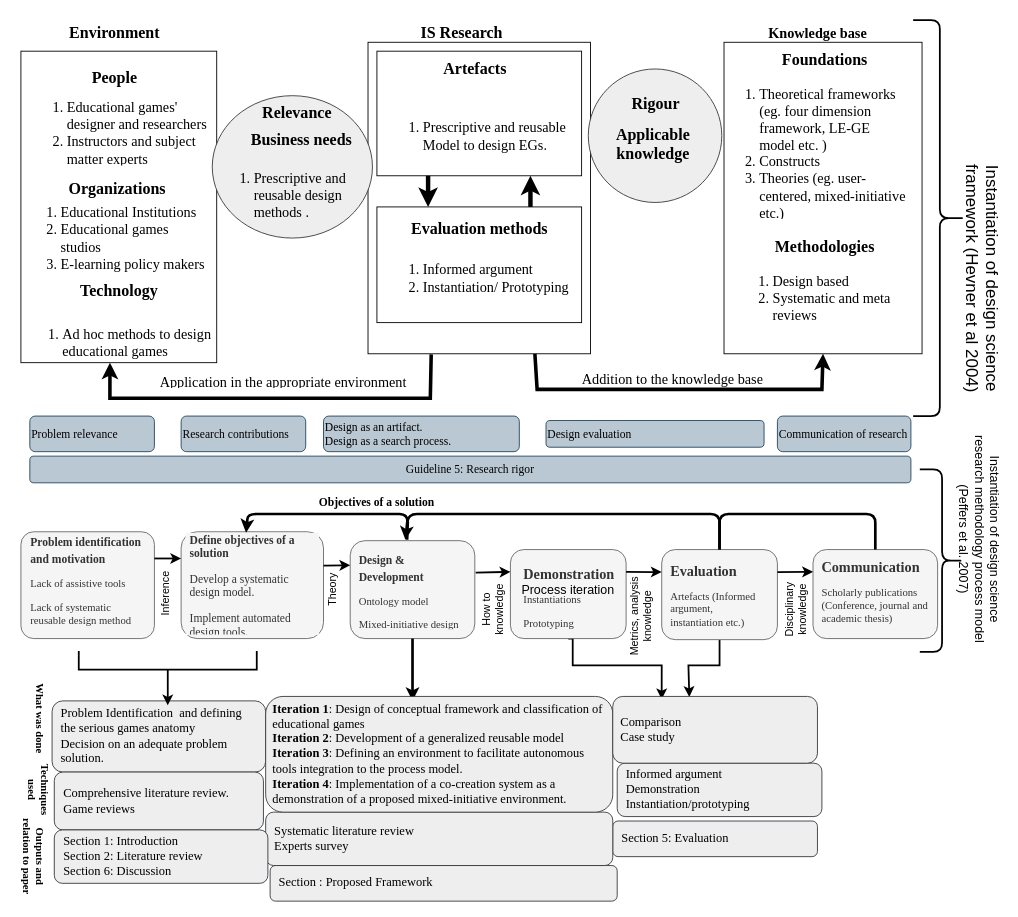
Earlier version of the draw.io diagram page "Paper_Methodology" (3 of 14) of TheModel.drawio (Kibolabs/Diagrams). Source tidied: cells renumbered, new cells numbered last; positions are measured from the earlier drawing's top-left corner, leaving out a move shared by most shapes. Both pictures are drawn from the tidied source at 89%, with x=0, y=0 at pixel (-11, 15).
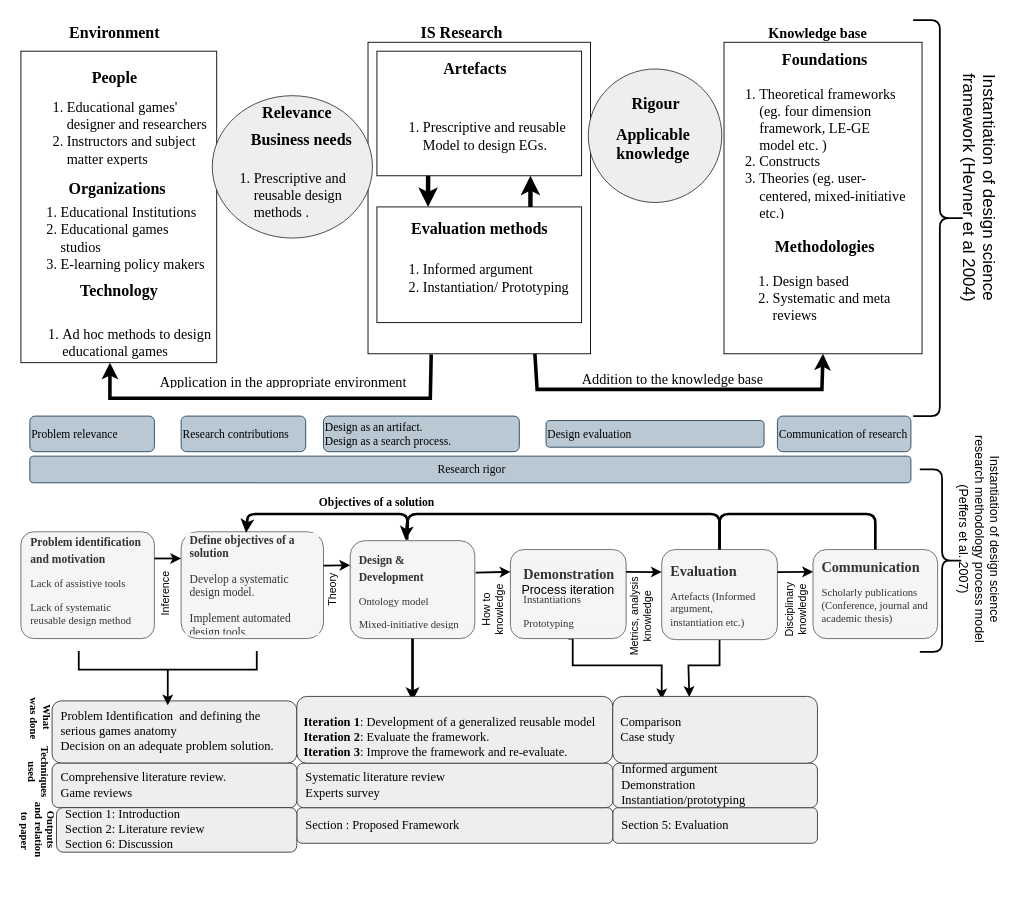
After the change.

Diff of the diagram source:
```diff
@@
     <mxCell id="48" value="&lt;div style=&quot;font-size: 14px&quot;&gt;Section 5: Evaluation&lt;/div&gt;" style="rounded=1;whiteSpace=wrap;html=1;align=left;fontFamily=Times New Roman;fontSize=14;fillColor=#eeeeee;strokeColor=#36393d;spacing=10;" parent="1" vertex="1">
-      <mxGeometry x="700" y="905" width="230" height="40" as="geometry" />
+      <mxGeometry x="700" y="890" width="230" height="40" as="geometry" />
     </mxCell>
     <mxCell id="49" value="&lt;div style=&quot;font-size: 14px&quot;&gt;Section : Proposed Framework&lt;/div&gt;" style="rounded=1;whiteSpace=wrap;html=1;align=left;fontFamily=Times New Roman;fontSize=14;fillColor=#eeeeee;strokeColor=#36393d;spacing=10;" parent="1" vertex="1">
-      <mxGeometry x="315" y="955" width="390" height="40" as="geometry" />
+      <mxGeometry x="345" y="890" width="355" height="40" as="geometry" />
     </mxCell>
     <mxCell id="50" value="&lt;div style=&quot;font-size: 14px;&quot;&gt;Informed argument&lt;/div&gt;&lt;div style=&quot;font-size: 14px;&quot;&gt;Demonstration&lt;br style=&quot;font-size: 14px;&quot;&gt;&lt;/div&gt;&lt;div style=&quot;font-size: 14px;&quot;&gt;Instantiation/prototyping&lt;br style=&quot;font-size: 14px;&quot;&gt;&lt;/div&gt;" style="rounded=1;whiteSpace=wrap;html=1;align=left;fontFamily=Times New Roman;fontSize=14;fillColor=#eeeeee;strokeColor=#36393d;spacing=10;" parent="1" vertex="1">
-      <mxGeometry x="705" y="840" width="230" height="60" as="geometry" />
+      <mxGeometry x="700" y="840" width="230" height="50" as="geometry" />
     </mxCell>
     <mxCell id="51" value="&lt;div style=&quot;font-size: 14px;&quot;&gt;Systematic literature review&lt;/div&gt;&lt;div style=&quot;font-size: 14px;&quot;&gt;Experts survey&lt;/div&gt;" style="rounded=1;whiteSpace=wrap;html=1;align=left;fontFamily=Times New Roman;fontSize=14;fillColor=#eeeeee;strokeColor=#36393d;spacing=10;" parent="1" vertex="1">
-      <mxGeometry x="310" y="895" width="390" height="60" as="geometry" />
+      <mxGeometry x="345" y="840" width="355" height="50" as="geometry" />
     </mxCell>
@@
-    <mxCell id="61" value="Guideline 5: Research rigor" style="rounded=1;whiteSpace=wrap;html=1;align=center;fontFamily=Times New Roman;fillColor=#bac8d3;strokeColor=#23445d;fontSize=13;" parent="1" vertex="1">
+    <mxCell id="61" value="&amp;nbsp;Research rigor" style="rounded=1;whiteSpace=wrap;html=1;align=center;fontFamily=Times New Roman;fillColor=#bac8d3;strokeColor=#23445d;fontSize=13;" parent="1" vertex="1">
       <mxGeometry x="45" y="495" width="990" height="30" as="geometry" />
     </mxCell>
@@
     <mxCell id="65" value="&lt;div style=&quot;font-size: 19px;&quot;&gt;&lt;font style=&quot;font-size: 19px;&quot;&gt;Instantiation of design science &lt;br style=&quot;font-size: 19px;&quot;&gt;&lt;/font&gt;&lt;/div&gt;&lt;div style=&quot;font-size: 19px;&quot;&gt;&lt;font style=&quot;font-size: 19px;&quot;&gt;framework (Hevner et al 2004) &lt;/font&gt;&lt;/div&gt;" style="text;strokeColor=none;fillColor=none;html=1;fontSize=19;fontStyle=0;verticalAlign=middle;align=center;rotation=90;" parent="1" vertex="1">
-      <mxGeometry x="1065" y="275" width="100" height="40" as="geometry" />
+      <mxGeometry x="1062.5" y="172.5" width="100" height="40" as="geometry" />
     </mxCell>
@@
     <mxCell id="81" value="&lt;div style=&quot;font-size: 14px;&quot;&gt;Problem Identification&amp;nbsp; and defining the serious games anatomy&lt;/div&gt;&lt;div style=&quot;font-size: 14px;&quot;&gt;Decision on an adequate problem solution.&lt;br style=&quot;font-size: 14px;&quot;&gt;&lt;/div&gt;" style="rounded=1;whiteSpace=wrap;html=1;align=left;fontFamily=Times New Roman;fontSize=14;fillColor=#eeeeee;strokeColor=#36393d;spacing=10;" parent="1" vertex="1">
-      <mxGeometry x="70" y="770" width="240" height="80" as="geometry" />
+      <mxGeometry x="70" y="770" width="275" height="70" as="geometry" />
     </mxCell>
-    <mxCell id="82" value="&lt;div style=&quot;font-size: 14px&quot;&gt;&lt;b&gt;Iteration&lt;/b&gt; &lt;b&gt;1&lt;/b&gt;: Design of conceptual framework and classification of educational games&lt;/div&gt;&lt;div style=&quot;font-size: 14px&quot;&gt;&lt;b&gt;Iteration&lt;/b&gt; &lt;b&gt;2&lt;/b&gt;: Development of a generalized reusable model&lt;/div&gt;&lt;div style=&quot;font-size: 14px&quot;&gt;&lt;b&gt;Iteration&lt;/b&gt; &lt;b&gt;3&lt;/b&gt;: Defining an environment to facilitate autonomous tools integration to the process model.&lt;br&gt;&lt;/div&gt;&lt;div style=&quot;font-size: 14px&quot;&gt;&lt;b&gt;Iteration&lt;/b&gt; &lt;b&gt;4&lt;/b&gt;: Implementation of a co-creation system as a demonstration of a proposed mixed-initiative environment. &lt;br style=&quot;font-size: 14px&quot;&gt;&lt;/div&gt;" style="rounded=1;whiteSpace=wrap;html=1;align=left;fontFamily=Times New Roman;fontSize=14;fillColor=#eeeeee;strokeColor=#36393d;spacing=8;" parent="1" vertex="1">
-      <mxGeometry x="310" y="765" width="390" height="130" as="geometry" />
+    <mxCell id="82" value="&lt;div style=&quot;font-size: 14px&quot;&gt;&lt;br&gt;&lt;/div&gt;&lt;div style=&quot;font-size: 14px&quot;&gt;&lt;b&gt;Iteration&lt;/b&gt;&amp;nbsp;&lt;b&gt;1&lt;/b&gt;: Development of a generalized reusable model&lt;/div&gt;&lt;div style=&quot;font-size: 14px&quot;&gt;&lt;b&gt;Iteration&lt;/b&gt;&amp;nbsp;&lt;b&gt;2&lt;/b&gt;: Evaluate the framework.&lt;/div&gt;&lt;div style=&quot;font-size: 14px&quot;&gt;&lt;b&gt;Iteration 3&lt;/b&gt;: Improve the framework and re-evaluate.&amp;nbsp;&lt;br style=&quot;font-size: 14px&quot;&gt;&lt;/div&gt;" style="rounded=1;whiteSpace=wrap;html=1;align=left;fontFamily=Times New Roman;fontSize=14;fillColor=#eeeeee;strokeColor=#36393d;spacing=8;" parent="1" vertex="1">
+      <mxGeometry x="345" y="765" width="355" height="75" as="geometry" />
     </mxCell>
@@
     <mxCell id="84" value="&lt;div style=&quot;font-size: 14px;&quot;&gt;Comprehensive literature review.&lt;/div&gt;&lt;div style=&quot;font-size: 14px;&quot;&gt;Game reviews&lt;br style=&quot;font-size: 14px;&quot;&gt;&lt;/div&gt;" style="rounded=1;whiteSpace=wrap;html=1;align=left;fontFamily=Times New Roman;fontSize=14;fillColor=#eeeeee;strokeColor=#36393d;spacing=10;" parent="1" vertex="1">
-      <mxGeometry x="72.5" y="850" width="235" height="65" as="geometry" />
+      <mxGeometry x="70" y="840" width="275" height="50" as="geometry" />
     </mxCell>
     <mxCell id="85" value="&lt;div style=&quot;font-size: 14px&quot;&gt;Section 1: Introduction&lt;br style=&quot;font-size: 14px&quot;&gt;&lt;/div&gt;&lt;div style=&quot;font-size: 14px&quot;&gt;Section 2: Literature review&lt;br style=&quot;font-size: 14px&quot;&gt;&lt;/div&gt;&lt;div style=&quot;font-size: 14px&quot;&gt;Section 6: Discussion&lt;/div&gt;" style="rounded=1;whiteSpace=wrap;html=1;align=left;fontFamily=Times New Roman;fontSize=14;fillColor=#eeeeee;strokeColor=#36393d;spacing=10;" parent="1" vertex="1">
-      <mxGeometry x="72.5" y="915" width="240" height="60" as="geometry" />
+      <mxGeometry x="75" y="890" width="270" height="50" as="geometry" />
     </mxCell>
-    <mxCell id="86" value="&lt;div&gt;What was done&lt;/div&gt;&lt;div&gt;&lt;br&gt;&lt;/div&gt;" style="text;html=1;strokeColor=none;fillColor=none;align=center;verticalAlign=middle;whiteSpace=wrap;rounded=0;fontStyle=1;fontFamily=Times New Roman;rotation=90;" parent="1" vertex="1">
+    <mxCell id="86" value="&lt;div&gt;What&amp;nbsp;&lt;/div&gt;&lt;div&gt;was done&lt;/div&gt;&lt;div&gt;&lt;br&gt;&lt;/div&gt;" style="text;html=1;strokeColor=none;fillColor=none;align=center;verticalAlign=middle;whiteSpace=wrap;rounded=0;fontStyle=1;fontFamily=Times New Roman;rotation=90;" parent="1" vertex="1">
       <mxGeometry y="780" width="100" height="20" as="geometry" />
     </mxCell>
     <mxCell id="87" value="&lt;div&gt;Techniques&lt;/div&gt;&lt;div&gt; used&lt;/div&gt;" style="text;html=1;strokeColor=none;fillColor=none;align=center;verticalAlign=middle;whiteSpace=wrap;rounded=0;fontStyle=1;fontFamily=Times New Roman;rotation=90;" parent="1" vertex="1">
-      <mxGeometry x="5" y="860" width="100" height="20" as="geometry" />
+      <mxGeometry x="5" y="840" width="100" height="20" as="geometry" />
     </mxCell>
-    <mxCell id="88" value="Outputs and relation to paper" style="text;html=1;strokeColor=none;fillColor=none;align=center;verticalAlign=middle;whiteSpace=wrap;rounded=0;fontStyle=1;fontFamily=Times New Roman;rotation=90;" parent="1" vertex="1">
-      <mxGeometry y="935" width="100" height="20" as="geometry" />
+    <mxCell id="88" value="Outputs &lt;br&gt;and relation&lt;br&gt;&amp;nbsp;to paper" style="text;html=1;strokeColor=none;fillColor=none;align=center;verticalAlign=middle;whiteSpace=wrap;rounded=0;fontStyle=1;fontFamily=Times New Roman;rotation=90;" parent="1" vertex="1">
+      <mxGeometry x="5" y="905" width="100" height="20" as="geometry" />
     </mxCell>
```
